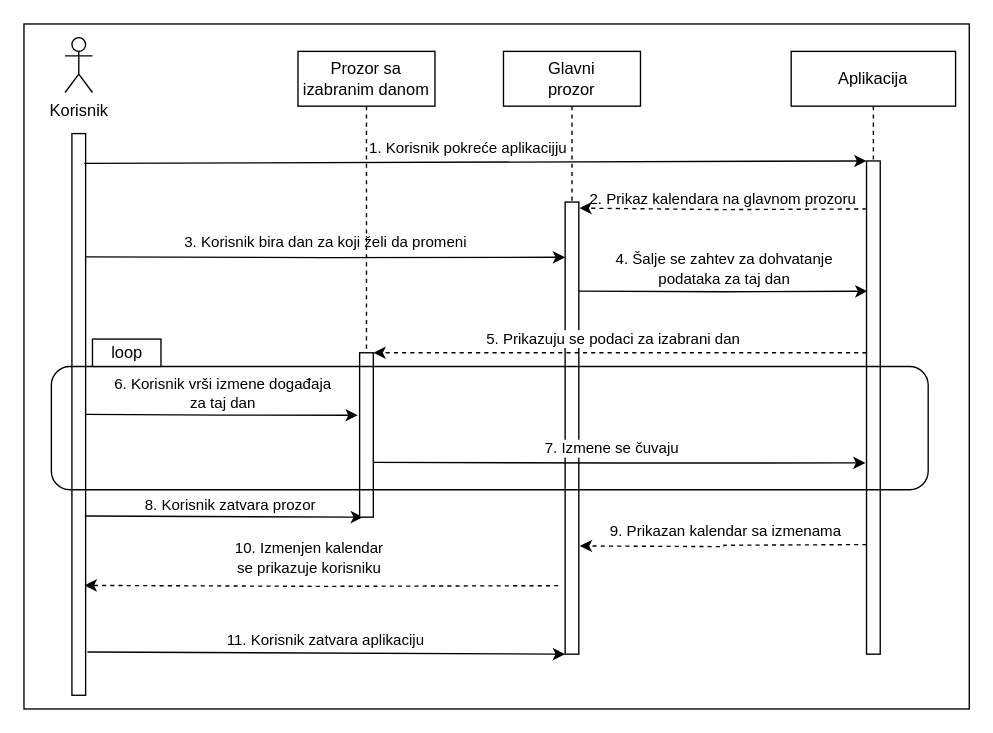
This is documentation/specific documentation sections/calendarDiagram.drawio from jelisavetagavrilovic/kOrganizify, a draw.io file, before an edit. Source tidied: cells renumbered, new cells numbered last; positions are measured from the earlier drawing's top-left corner, leaving out a move shared by most shapes. Both pictures are drawn from the tidied source at 137%, with x=0, y=0 at pixel (23, 23).
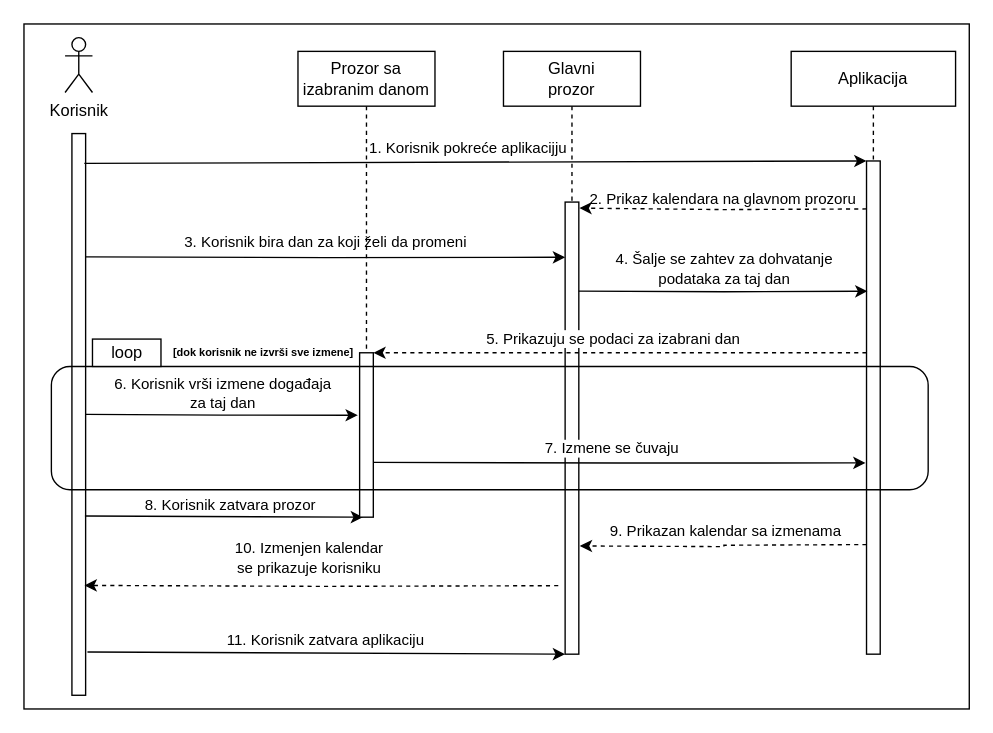
The same page after the edit.

Diff of the diagram source:
```diff
@@
+    <mxCell id="28" value="[dok korisnik ne izvrši sve izmene]" style="text;html=1;strokeColor=none;fillColor=none;align=center;verticalAlign=middle;whiteSpace=wrap;rounded=0;fontSize=8;fontStyle=1;" parent="1" vertex="1">
+      <mxGeometry x="95" y="230" width="160" height="20" as="geometry" />
+    </mxCell>
```
